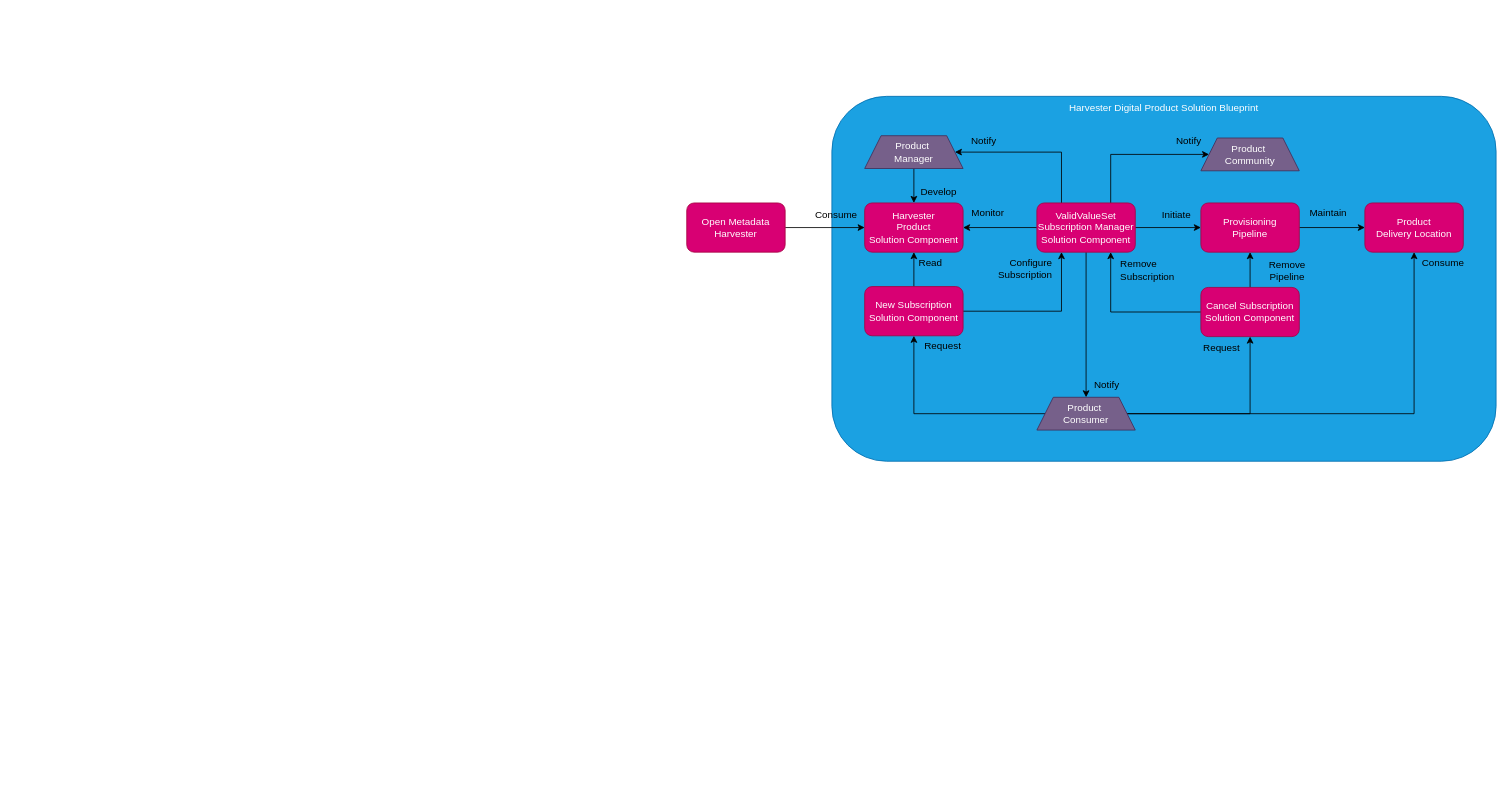
odpi/egeria keeps this draw.io diagram as page "solution-blueprint" (4 of 5) of open-metadata-implementation/adapters/open-connectors/nanny-connectors/docs/nanny_connectors.drawio. Above is the earlier version. Source tidied: cells renumbered, new cells numbered last; positions are measured from the earlier drawing's top-left corner, leaving out a move shared by most shapes. Both pictures are drawn from the tidied source at 82%, with x=0, y=0 at pixel (686, 96).
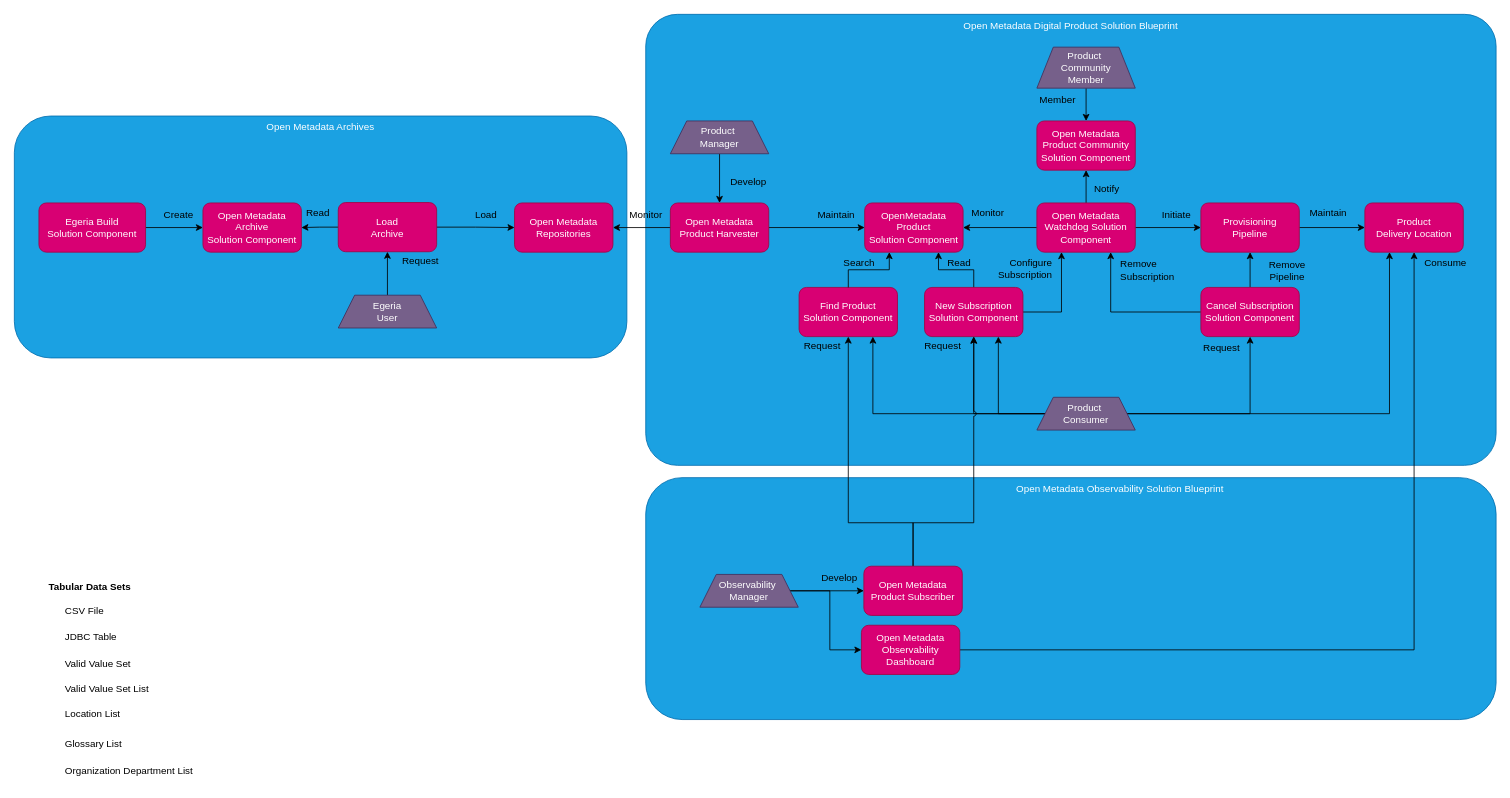
The same page after the edit.

The change refers to these unchanged cells:
```xml
<mxCell id="14" value="&lt;div&gt;Product&lt;/div&gt;&lt;div&gt;Delivery Location&lt;/div&gt;" style="rounded=1;whiteSpace=wrap;html=1;fillColor=#d80073;fontColor=#ffffff;strokeColor=#A50040;" parent="1" vertex="1">
  <mxGeometry x="827" y="130" width="120" height="60" as="geometry" />
</mxCell>
<mxCell id="19" value="Product&amp;nbsp;&lt;div&gt;Consumer&lt;/div&gt;" style="shape=trapezoid;perimeter=trapezoidPerimeter;whiteSpace=wrap;html=1;fixedSize=1;fillColor=#76608a;fontColor=#ffffff;strokeColor=#432D57;" parent="1" vertex="1">
  <mxGeometry x="427" y="367" width="120" height="40" as="geometry" />
</mxCell>
```

Diff of the diagram source:
```diff
@@
+    <mxCell id="43" value="Open Metadata Archives" style="rounded=1;whiteSpace=wrap;html=1;fillColor=#1ba1e2;fontColor=#ffffff;strokeColor=#006EAF;verticalAlign=top;" parent="1" vertex="1">
+      <mxGeometry x="-820" y="24" width="747" height="295" as="geometry" />
+    </mxCell>
-    <mxCell id="2" value="Harvester&amp;nbsp;&lt;span style=&quot;background-color: transparent; color: light-dark(rgb(255, 255, 255), rgb(18, 18, 18));&quot;&gt;Digital Product&amp;nbsp;&lt;/span&gt;&lt;span style=&quot;background-color: transparent; color: light-dark(rgb(255, 255, 255), rgb(18, 18, 18));&quot;&gt;Solution Blueprint&lt;/span&gt;" style="rounded=1;whiteSpace=wrap;html=1;fillColor=#1ba1e2;fontColor=#ffffff;strokeColor=#006EAF;verticalAlign=top;" parent="1" vertex="1">
-      <mxGeometry x="177" width="810" height="445" as="geometry" />
+    <mxCell id="2" value="Open Metadata&amp;nbsp;&lt;span style=&quot;background-color: transparent; color: light-dark(rgb(255, 255, 255), rgb(18, 18, 18));&quot;&gt;Digital Product&amp;nbsp;&lt;/span&gt;&lt;span style=&quot;background-color: transparent; color: light-dark(rgb(255, 255, 255), rgb(18, 18, 18));&quot;&gt;Solution Blueprint&lt;/span&gt;" style="rounded=1;whiteSpace=wrap;html=1;fillColor=#1ba1e2;fontColor=#ffffff;strokeColor=#006EAF;verticalAlign=top;arcSize=7;" parent="1" vertex="1">
+      <mxGeometry x="-50" y="-100" width="1037" height="550" as="geometry" />
     </mxCell>
@@
-    <mxCell id="4" value="&lt;div&gt;Harvester&lt;/div&gt;&lt;div&gt;Product&lt;/div&gt;&lt;div&gt;Solution Component&lt;/div&gt;" style="rounded=1;whiteSpace=wrap;html=1;fillColor=#d80073;fontColor=#ffffff;strokeColor=#A50040;" parent="1" vertex="1">
+    <mxCell id="4" value="&lt;div&gt;OpenMetadata&lt;/div&gt;&lt;div&gt;Product&lt;/div&gt;&lt;div&gt;Solution Component&lt;/div&gt;" style="rounded=1;whiteSpace=wrap;html=1;fillColor=#d80073;fontColor=#ffffff;strokeColor=#A50040;" parent="1" vertex="1">
       <mxGeometry x="217" y="130" width="120" height="60" as="geometry" />
     </mxCell>
@@
-    <mxCell id="8" style="edgeStyle=orthogonalEdgeStyle;rounded=0;jettySize=auto;html=1;exitX=0.5;exitY=1;exitDx=0;exitDy=0;" parent="1" edge="1" source="11" target="19">
-      <mxGeometry relative="1" as="geometry" />
-    </mxCell>
-    <mxCell id="9" style="edgeStyle=orthogonalEdgeStyle;rounded=0;jettySize=auto;html=1;exitX=0.25;exitY=0;exitDx=0;exitDy=0;entryX=1;entryY=0.5;entryDx=0;entryDy=0;" parent="1" edge="1" source="11" target="33">
-      <mxGeometry relative="1" as="geometry">
-        <Array as="points">
-          <mxPoint x="457" y="68" />
-        </Array>
-      </mxGeometry>
-    </mxCell>
-    <mxCell id="10" style="edgeStyle=orthogonalEdgeStyle;rounded=0;jettySize=auto;html=1;exitX=0.75;exitY=0;exitDx=0;exitDy=0;entryX=0;entryY=0.5;entryDx=0;entryDy=0;" parent="1" edge="1" source="11" target="40">
-      <mxGeometry relative="1" as="geometry">
-        <Array as="points">
-          <mxPoint x="517" y="71" />
-        </Array>
-      </mxGeometry>
-    </mxCell>
+    <mxCell id="44" style="edgeStyle=orthogonalEdgeStyle;rounded=0;jettySize=auto;html=1;exitX=0.5;exitY=0;exitDx=0;exitDy=0;entryX=0.5;entryY=1;entryDx=0;entryDy=0;" parent="1" edge="1" source="11" target="50">
+      <mxGeometry relative="1" as="geometry" />
+    </mxCell>
-    <mxCell id="11" value="&lt;div&gt;ValidValueSet&lt;/div&gt;&lt;div&gt;&lt;span style=&quot;background-color: transparent; color: light-dark(rgb(255, 255, 255), rgb(18, 18, 18));&quot;&gt;Subscription Manager Solution Component&lt;/span&gt;&lt;/div&gt;" style="rounded=1;whiteSpace=wrap;html=1;fillColor=#d80073;fontColor=#ffffff;strokeColor=#A50040;" parent="1" vertex="1">
+    <mxCell id="11" value="&lt;div&gt;Open Metadata&lt;/div&gt;&lt;div&gt;&lt;span style=&quot;background-color: transparent; color: light-dark(rgb(255, 255, 255), rgb(18, 18, 18));&quot;&gt;Watchdog Solution Component&lt;/span&gt;&lt;/div&gt;" style="rounded=1;whiteSpace=wrap;html=1;fillColor=#d80073;fontColor=#ffffff;strokeColor=#A50040;" parent="1" vertex="1">
       <mxGeometry x="427" y="130" width="120" height="60" as="geometry" />
     </mxCell>
@@
-    <mxCell id="18" style="edgeStyle=orthogonalEdgeStyle;rounded=0;jettySize=auto;html=1;exitX=1;exitY=0.5;exitDx=0;exitDy=0;" parent="1" edge="1" source="19" target="14">
+    <mxCell id="18" style="edgeStyle=orthogonalEdgeStyle;rounded=0;jettySize=auto;html=1;exitX=1;exitY=0.5;exitDx=0;exitDy=0;entryX=0.25;entryY=1;entryDx=0;entryDy=0;" parent="1" edge="1" source="19" target="14">
       <mxGeometry relative="1" as="geometry">
         <Array as="points">
-          <mxPoint x="887" y="387" />
+          <mxPoint x="857" y="387" />
         </Array>
       </mxGeometry>
     </mxCell>
+    <mxCell id="45" style="edgeStyle=orthogonalEdgeStyle;rounded=0;jettySize=auto;html=1;exitX=0;exitY=0.5;exitDx=0;exitDy=0;entryX=0.75;entryY=1;entryDx=0;entryDy=0;" parent="1" edge="1" source="19" target="52">
+      <mxGeometry relative="1" as="geometry" />
+    </mxCell>
+    <mxCell id="46" style="edgeStyle=orthogonalEdgeStyle;rounded=0;jettySize=auto;html=1;exitX=0;exitY=0.5;exitDx=0;exitDy=0;entryX=0.75;entryY=1;entryDx=0;entryDy=0;" parent="1" edge="1" source="19" target="22">
+      <mxGeometry relative="1" as="geometry" />
+    </mxCell>
@@
-    <mxCell id="20" style="edgeStyle=orthogonalEdgeStyle;rounded=0;jettySize=auto;html=1;exitX=0.5;exitY=0;exitDx=0;exitDy=0;entryX=0.5;entryY=1;entryDx=0;entryDy=0;" parent="1" edge="1" source="22" target="4">
+    <mxCell id="20" style="edgeStyle=orthogonalEdgeStyle;rounded=0;jettySize=auto;html=1;exitX=0.5;exitY=0;exitDx=0;exitDy=0;entryX=0.75;entryY=1;entryDx=0;entryDy=0;" parent="1" edge="1" source="22" target="4">
       <mxGeometry relative="1" as="geometry" />
     </mxCell>
@@
     <mxCell id="22" value="&lt;div&gt;New Subscription&lt;/div&gt;&lt;div&gt;Solution Component&lt;/div&gt;" style="rounded=1;whiteSpace=wrap;html=1;fillColor=#d80073;fontColor=#ffffff;strokeColor=#A50040;" parent="1" vertex="1">
-      <mxGeometry x="217" y="232" width="120" height="60" as="geometry" />
+      <mxGeometry x="290" y="233" width="120" height="60" as="geometry" />
     </mxCell>
@@
-    <mxCell id="24" value="Read" style="text;html=1;align=center;verticalAlign=middle;strokeColor=none;fillColor=none;" parent="1" vertex="1">
-      <mxGeometry x="272" y="188" width="50" height="30" as="geometry" />
+    <mxCell id="24" value="Search" style="text;html=1;align=center;verticalAlign=middle;strokeColor=none;fillColor=none;" parent="1" vertex="1">
+      <mxGeometry x="180" y="188" width="60" height="30" as="geometry" />
     </mxCell>
@@
-    <mxCell id="32" style="edgeStyle=orthogonalEdgeStyle;rounded=0;jettySize=auto;html=1;" parent="1" edge="1" source="33" target="4">
+    <mxCell id="32" style="edgeStyle=orthogonalEdgeStyle;rounded=0;jettySize=auto;html=1;entryX=0.5;entryY=0;entryDx=0;entryDy=0;" parent="1" edge="1" source="33" target="42">
       <mxGeometry relative="1" as="geometry" />
     </mxCell>
     <mxCell id="33" value="Product&amp;nbsp;&lt;div&gt;Manager&lt;/div&gt;" style="shape=trapezoid;perimeter=trapezoidPerimeter;whiteSpace=wrap;html=1;fixedSize=1;fillColor=#76608a;fontColor=#ffffff;strokeColor=#432D57;" parent="1" vertex="1">
-      <mxGeometry x="217" y="48" width="120" height="40" as="geometry" />
+      <mxGeometry x="-20" y="30" width="120" height="40" as="geometry" />
     </mxCell>
     <mxCell id="34" value="Develop" style="text;html=1;align=center;verticalAlign=middle;strokeColor=none;fillColor=none;" parent="1" vertex="1">
-      <mxGeometry x="272" y="102" width="70" height="30" as="geometry" />
+      <mxGeometry x="40" y="90" width="70" height="30" as="geometry" />
     </mxCell>
     <mxCell id="35" value="Consume" style="text;html=1;align=center;verticalAlign=middle;strokeColor=none;fillColor=none;" parent="1" vertex="1">
-      <mxGeometry x="887" y="188" width="70" height="30" as="geometry" />
+      <mxGeometry x="890" y="188" width="70" height="30" as="geometry" />
     </mxCell>
-    <mxCell id="36" value="Notify" style="text;html=1;align=center;verticalAlign=middle;strokeColor=none;fillColor=none;" parent="1" vertex="1">
-      <mxGeometry x="487" y="337.2" width="50" height="30" as="geometry" />
-    </mxCell>
-    <mxCell id="37" value="Notify" style="text;html=1;align=center;verticalAlign=middle;strokeColor=none;fillColor=none;" parent="1" vertex="1">
-      <mxGeometry x="337" y="40" width="50" height="30" as="geometry" />
-    </mxCell>
@@
-    <mxCell id="39" value="Consume" style="text;html=1;align=center;verticalAlign=middle;strokeColor=none;fillColor=none;" parent="1" vertex="1">
+    <mxCell id="39" value="Maintain" style="text;html=1;align=center;verticalAlign=middle;strokeColor=none;fillColor=none;" parent="1" vertex="1">
       <mxGeometry x="147" y="130" width="70" height="30" as="geometry" />
     </mxCell>
+    <mxCell id="47" style="edgeStyle=orthogonalEdgeStyle;rounded=0;jettySize=auto;html=1;exitX=0.5;exitY=1;exitDx=0;exitDy=0;entryX=0.5;entryY=0;entryDx=0;entryDy=0;" parent="1" edge="1" source="40" target="50">
+      <mxGeometry relative="1" as="geometry" />
+    </mxCell>
-    <mxCell id="40" value="Product&amp;nbsp;&lt;div&gt;Community&lt;/div&gt;" style="shape=trapezoid;perimeter=trapezoidPerimeter;whiteSpace=wrap;html=1;fixedSize=1;fillColor=#76608a;fontColor=#ffffff;strokeColor=#432D57;" parent="1" vertex="1">
-      <mxGeometry x="627" y="50.8" width="120" height="40" as="geometry" />
+    <mxCell id="40" value="Product&amp;nbsp;&lt;div&gt;Community&lt;/div&gt;&lt;div&gt;Member&lt;/div&gt;" style="shape=trapezoid;perimeter=trapezoidPerimeter;whiteSpace=wrap;html=1;fixedSize=1;fillColor=#76608a;fontColor=#ffffff;strokeColor=#432D57;" parent="1" vertex="1">
+      <mxGeometry x="427" y="-60" width="120" height="50" as="geometry" />
     </mxCell>
-    <mxCell id="41" value="Notify" style="text;html=1;align=center;verticalAlign=middle;strokeColor=none;fillColor=none;" parent="1" vertex="1">
-      <mxGeometry x="587" y="40" width="50" height="30" as="geometry" />
-    </mxCell>
+    <mxCell id="48" style="edgeStyle=orthogonalEdgeStyle;rounded=0;jettySize=auto;html=1;exitX=0;exitY=0.5;exitDx=0;exitDy=0;" parent="1" edge="1" source="42" target="66">
+      <mxGeometry relative="1" as="geometry" />
+    </mxCell>
-    <mxCell id="42" value="Open Metadata&lt;div&gt;Harvester&lt;/div&gt;" style="rounded=1;whiteSpace=wrap;html=1;fillColor=#d80073;fontColor=#ffffff;strokeColor=#A50040;" parent="1" vertex="1">
-      <mxGeometry y="130" width="120" height="60" as="geometry" />
+    <mxCell id="42" value="Open Metadata&lt;div&gt;Product Harvester&lt;/div&gt;" style="rounded=1;whiteSpace=wrap;html=1;fillColor=#d80073;fontColor=#ffffff;strokeColor=#A50040;" parent="1" vertex="1">
+      <mxGeometry x="-20" y="130" width="120" height="60" as="geometry" />
     </mxCell>
+    <mxCell id="49" value="Member" style="text;html=1;align=center;verticalAlign=middle;strokeColor=none;fillColor=none;" parent="1" vertex="1">
+      <mxGeometry x="417" y="-10" width="70" height="30" as="geometry" />
+    </mxCell>
+    <mxCell id="50" value="&lt;div&gt;&lt;span style=&quot;background-color: transparent; color: light-dark(rgb(255, 255, 255), rgb(18, 18, 18));&quot;&gt;Open Metadata Product Community Solution Component&lt;/span&gt;&lt;/div&gt;" style="rounded=1;whiteSpace=wrap;html=1;fillColor=#d80073;fontColor=#ffffff;strokeColor=#A50040;" parent="1" vertex="1">
+      <mxGeometry x="427" y="30" width="120" height="60" as="geometry" />
+    </mxCell>
+    <mxCell id="51" value="Notify" style="text;html=1;align=center;verticalAlign=middle;strokeColor=none;fillColor=none;" parent="1" vertex="1">
+      <mxGeometry x="487" y="98" width="50" height="30" as="geometry" />
+    </mxCell>
+    <mxCell id="52" value="&lt;div&gt;Find Product&lt;/div&gt;&lt;div&gt;Solution Component&lt;/div&gt;" style="rounded=1;whiteSpace=wrap;html=1;fillColor=#d80073;fontColor=#ffffff;strokeColor=#A50040;" parent="1" vertex="1">
+      <mxGeometry x="137" y="233" width="120" height="60" as="geometry" />
+    </mxCell>
+    <mxCell id="53" style="edgeStyle=orthogonalEdgeStyle;rounded=0;jettySize=auto;html=1;exitX=0.5;exitY=0;exitDx=0;exitDy=0;entryX=0.25;entryY=1;entryDx=0;entryDy=0;" parent="1" edge="1" source="52" target="4">
+      <mxGeometry relative="1" as="geometry" />
+    </mxCell>
+    <mxCell id="54" value="Request" style="text;html=1;align=center;verticalAlign=middle;strokeColor=none;fillColor=none;" parent="1" vertex="1">
+      <mxGeometry x="130" y="289" width="70" height="30" as="geometry" />
+    </mxCell>
+    <mxCell id="55" value="Read" style="text;html=1;align=center;verticalAlign=middle;strokeColor=none;fillColor=none;" parent="1" vertex="1">
+      <mxGeometry x="307" y="188" width="50" height="30" as="geometry" />
+    </mxCell>
+    <mxCell id="56" value="&amp;nbsp; &amp;nbsp; &amp;nbsp; &amp;nbsp; &amp;nbsp; &amp;nbsp; &amp;nbsp; &amp;nbsp; &amp;nbsp; &amp;nbsp; &amp;nbsp; &amp;nbsp; &amp;nbsp; &amp;nbsp; &amp;nbsp; &amp;nbsp; &amp;nbsp; &amp;nbsp; Open Metadata&amp;nbsp;&lt;span style=&quot;background-color: transparent; color: light-dark(rgb(255, 255, 255), rgb(18, 18, 18));&quot;&gt;Observability&amp;nbsp;&lt;/span&gt;&lt;span style=&quot;background-color: transparent; color: light-dark(rgb(255, 255, 255), rgb(18, 18, 18));&quot;&gt;Solution Blueprint&lt;/span&gt;" style="rounded=1;whiteSpace=wrap;html=1;fillColor=#1ba1e2;fontColor=#ffffff;strokeColor=#006EAF;verticalAlign=top;" parent="1" vertex="1">
+      <mxGeometry x="-50" y="465" width="1037" height="295" as="geometry" />
+    </mxCell>
+    <mxCell id="57" style="edgeStyle=orthogonalEdgeStyle;rounded=0;jettySize=auto;html=1;entryX=0;entryY=0.5;entryDx=0;entryDy=0;" parent="1" edge="1" source="59" target="63">
+      <mxGeometry relative="1" as="geometry" />
+    </mxCell>
+    <mxCell id="58" style="edgeStyle=orthogonalEdgeStyle;rounded=0;jettySize=auto;html=1;exitX=1;exitY=0.5;exitDx=0;exitDy=0;entryX=0;entryY=0.5;entryDx=0;entryDy=0;" parent="1" edge="1" source="59" target="65">
+      <mxGeometry relative="1" as="geometry" />
+    </mxCell>
+    <mxCell id="59" value="Observability&amp;nbsp;&lt;div&gt;Manager&lt;/div&gt;" style="shape=trapezoid;perimeter=trapezoidPerimeter;whiteSpace=wrap;html=1;fixedSize=1;fillColor=#76608a;fontColor=#ffffff;strokeColor=#432D57;" parent="1" vertex="1">
+      <mxGeometry x="16" y="583" width="120" height="40" as="geometry" />
+    </mxCell>
+    <mxCell id="60" value="Develop" style="text;html=1;align=center;verticalAlign=middle;strokeColor=none;fillColor=none;" parent="1" vertex="1">
+      <mxGeometry x="151" y="573" width="70" height="30" as="geometry" />
+    </mxCell>
+    <mxCell id="61" style="edgeStyle=orthogonalEdgeStyle;rounded=0;jettySize=auto;html=1;exitX=0.5;exitY=0;exitDx=0;exitDy=0;" parent="1" edge="1" source="63" target="52">
+      <mxGeometry relative="1" as="geometry">
+        <Array as="points">
+          <mxPoint x="276" y="520" />
+          <mxPoint x="197" y="520" />
+        </Array>
+      </mxGeometry>
+    </mxCell>
+    <mxCell id="62" style="edgeStyle=orthogonalEdgeStyle;rounded=0;jettySize=auto;html=1;exitX=0.5;exitY=0;exitDx=0;exitDy=0;jumpStyle=arc;" parent="1" edge="1" source="63" target="22">
+      <mxGeometry relative="1" as="geometry">
+        <Array as="points">
+          <mxPoint x="276" y="520" />
+          <mxPoint x="350" y="520" />
+        </Array>
+      </mxGeometry>
+    </mxCell>
+    <mxCell id="63" value="Open Metadata&lt;div&gt;Product Subscriber&lt;/div&gt;" style="rounded=1;whiteSpace=wrap;html=1;fillColor=#d80073;fontColor=#ffffff;strokeColor=#A50040;" parent="1" vertex="1">
+      <mxGeometry x="216" y="573" width="120" height="60" as="geometry" />
+    </mxCell>
+    <mxCell id="64" style="edgeStyle=orthogonalEdgeStyle;rounded=0;jettySize=auto;html=1;exitX=1;exitY=0.5;exitDx=0;exitDy=0;entryX=0.5;entryY=1;entryDx=0;entryDy=0;" parent="1" edge="1" source="65" target="14">
+      <mxGeometry relative="1" as="geometry">
+        <Array as="points">
+          <mxPoint x="887" y="675" />
+        </Array>
+      </mxGeometry>
+    </mxCell>
+    <mxCell id="65" value="Open Metadata&lt;div&gt;Observability&lt;/div&gt;&lt;div&gt;Dashboard&lt;/div&gt;" style="rounded=1;whiteSpace=wrap;html=1;fillColor=#d80073;fontColor=#ffffff;strokeColor=#A50040;" parent="1" vertex="1">
+      <mxGeometry x="213" y="645" width="120" height="60" as="geometry" />
+    </mxCell>
+    <mxCell id="66" value="Open Metadata&lt;div&gt;Repositories&lt;/div&gt;" style="rounded=1;whiteSpace=wrap;html=1;fillColor=#d80073;fontColor=#ffffff;strokeColor=#A50040;" parent="1" vertex="1">
+      <mxGeometry x="-210" y="130" width="120" height="60" as="geometry" />
+    </mxCell>
+    <mxCell id="67" value="Monitor" style="text;html=1;align=center;verticalAlign=middle;strokeColor=none;fillColor=none;" parent="1" vertex="1">
+      <mxGeometry x="-80" y="129.5" width="60" height="30" as="geometry" />
+    </mxCell>
+    <mxCell id="68" style="edgeStyle=orthogonalEdgeStyle;rounded=0;jettySize=auto;html=1;exitX=0;exitY=0.5;exitDx=0;exitDy=0;" parent="1" edge="1" source="70" target="71">
+      <mxGeometry relative="1" as="geometry" />
+    </mxCell>
+    <mxCell id="69" style="edgeStyle=orthogonalEdgeStyle;rounded=0;jettySize=auto;html=1;" parent="1" edge="1" source="70" target="66">
+      <mxGeometry relative="1" as="geometry" />
+    </mxCell>
+    <mxCell id="70" value="Load&lt;div&gt;Archive&lt;/div&gt;" style="rounded=1;whiteSpace=wrap;html=1;fillColor=#d80073;fontColor=#ffffff;strokeColor=#A50040;" parent="1" vertex="1">
+      <mxGeometry x="-425" y="129.5" width="120" height="60" as="geometry" />
+    </mxCell>
+    <mxCell id="71" value="&lt;div&gt;Open Metadata Archive&lt;br&gt;&lt;div&gt;Solution Component&lt;/div&gt;&lt;/div&gt;" style="rounded=1;whiteSpace=wrap;html=1;fillColor=#d80073;fontColor=#ffffff;strokeColor=#A50040;" parent="1" vertex="1">
+      <mxGeometry x="-590" y="130" width="120" height="60" as="geometry" />
+    </mxCell>
+    <mxCell id="72" value="Read" style="text;html=1;align=center;verticalAlign=middle;strokeColor=none;fillColor=none;" parent="1" vertex="1">
+      <mxGeometry x="-475" y="128" width="50" height="30" as="geometry" />
+    </mxCell>
+    <mxCell id="73" style="edgeStyle=orthogonalEdgeStyle;rounded=0;jettySize=auto;html=1;exitX=1;exitY=0.5;exitDx=0;exitDy=0;" parent="1" edge="1" source="74" target="71">
+      <mxGeometry relative="1" as="geometry" />
+    </mxCell>
+    <mxCell id="74" value="&lt;div&gt;&lt;span style=&quot;background-color: transparent; color: light-dark(rgb(255, 255, 255), rgb(18, 18, 18));&quot;&gt;Egeria Build&lt;/span&gt;&lt;/div&gt;&lt;div&gt;&lt;span style=&quot;background-color: transparent; color: light-dark(rgb(255, 255, 255), rgb(18, 18, 18));&quot;&gt;Solution Component&lt;/span&gt;&lt;/div&gt;" style="rounded=1;whiteSpace=wrap;html=1;fillColor=#d80073;fontColor=#ffffff;strokeColor=#A50040;" parent="1" vertex="1">
+      <mxGeometry x="-790" y="130" width="130" height="60" as="geometry" />
+    </mxCell>
+    <mxCell id="75" style="edgeStyle=orthogonalEdgeStyle;rounded=0;jettySize=auto;html=1;exitX=0.5;exitY=0;exitDx=0;exitDy=0;" parent="1" edge="1" source="76" target="70">
+      <mxGeometry relative="1" as="geometry" />
+    </mxCell>
+    <mxCell id="76" value="Egeria&lt;div&gt;User&lt;/div&gt;" style="shape=trapezoid;perimeter=trapezoidPerimeter;whiteSpace=wrap;html=1;fixedSize=1;fillColor=#76608a;fontColor=#ffffff;strokeColor=#432D57;" parent="1" vertex="1">
+      <mxGeometry x="-425" y="242.5" width="120" height="40" as="geometry" />
+    </mxCell>
+    <mxCell id="77" value="Request" style="text;html=1;align=center;verticalAlign=middle;strokeColor=none;fillColor=none;" parent="1" vertex="1">
+      <mxGeometry x="-360" y="186.2" width="70" height="30" as="geometry" />
+    </mxCell>
+    <mxCell id="78" value="Create" style="text;html=1;align=center;verticalAlign=middle;strokeColor=none;fillColor=none;" parent="1" vertex="1">
+      <mxGeometry x="-650" y="130" width="60" height="30" as="geometry" />
+    </mxCell>
+    <mxCell id="79" value="Load" style="text;html=1;align=center;verticalAlign=middle;strokeColor=none;fillColor=none;" parent="1" vertex="1">
+      <mxGeometry x="-270" y="129.5" width="50" height="30" as="geometry" />
+    </mxCell>
+    <mxCell id="80" value="&lt;b&gt;Tabular Data Sets&lt;/b&gt;" style="text;html=1;align=left;verticalAlign=middle;whiteSpace=wrap;rounded=0;" parent="1" vertex="1">
+      <mxGeometry x="-780" y="583" width="150" height="30" as="geometry" />
+    </mxCell>
+    <mxCell id="81" value="CSV File" style="text;html=1;align=left;verticalAlign=middle;whiteSpace=wrap;rounded=0;" parent="1" vertex="1">
+      <mxGeometry x="-760" y="613" width="150" height="30" as="geometry" />
+    </mxCell>
+    <mxCell id="82" value="JDBC Table" style="text;html=1;align=left;verticalAlign=middle;whiteSpace=wrap;rounded=0;" parent="1" vertex="1">
+      <mxGeometry x="-760" y="644.8" width="150" height="30" as="geometry" />
+    </mxCell>
+    <mxCell id="83" value="Valid Value Set" style="text;html=1;align=left;verticalAlign=middle;whiteSpace=wrap;rounded=0;" parent="1" vertex="1">
+      <mxGeometry x="-760" y="678" width="150" height="30" as="geometry" />
+    </mxCell>
+    <mxCell id="84" value="Valid Value Set List" style="text;html=1;align=left;verticalAlign=middle;whiteSpace=wrap;rounded=0;" parent="1" vertex="1">
+      <mxGeometry x="-760" y="708" width="150" height="30" as="geometry" />
+    </mxCell>
+    <mxCell id="85" value="Location List" style="text;html=1;align=left;verticalAlign=middle;whiteSpace=wrap;rounded=0;" parent="1" vertex="1">
+      <mxGeometry x="-760" y="738" width="150" height="30" as="geometry" />
+    </mxCell>
+    <mxCell id="86" value="Glossary List" style="text;html=1;align=left;verticalAlign=middle;whiteSpace=wrap;rounded=0;" parent="1" vertex="1">
+      <mxGeometry x="-760" y="774.8" width="150" height="30" as="geometry" />
+    </mxCell>
+    <mxCell id="87" value="Organization Department List" style="text;html=1;align=left;verticalAlign=middle;whiteSpace=wrap;rounded=0;" parent="1" vertex="1">
+      <mxGeometry x="-760" y="808" width="200" height="30" as="geometry" />
+    </mxCell>
```
